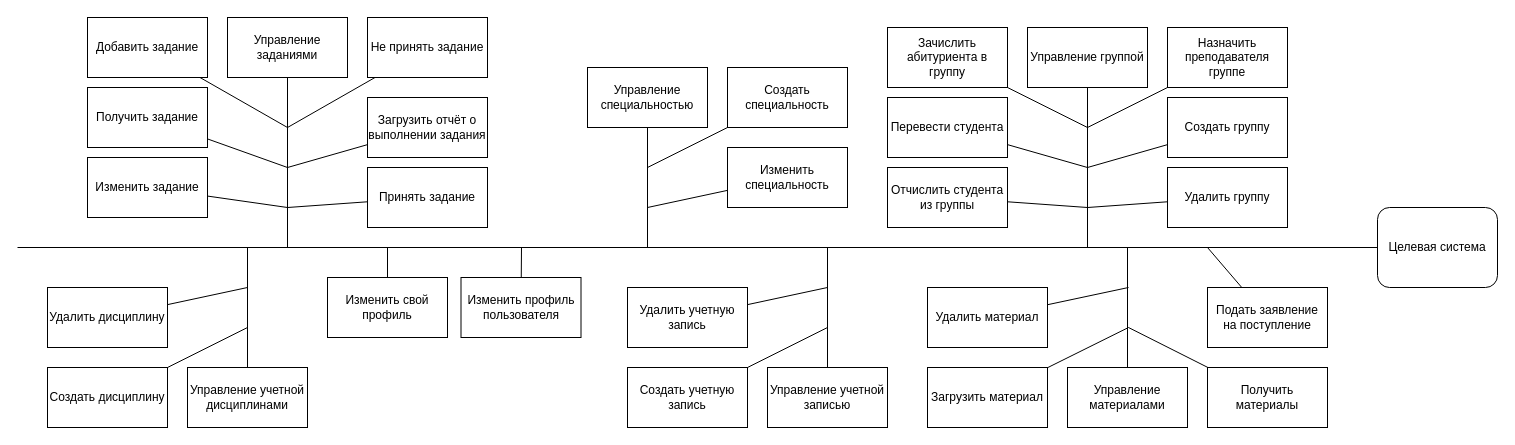
This is Fundamentals_of_Software_Engineering/doc/1 spec/function-tree.drawio from Lichuhah/SUAI_5sem, a draw.io file, before an edit. Source tidied: cells renumbered, new cells numbered last; positions are measured from the earlier drawing's top-left corner, leaving out a move shared by most shapes. Both pictures are drawn from the tidied source at 100%, with x=0, y=0 at pixel (17, 17).
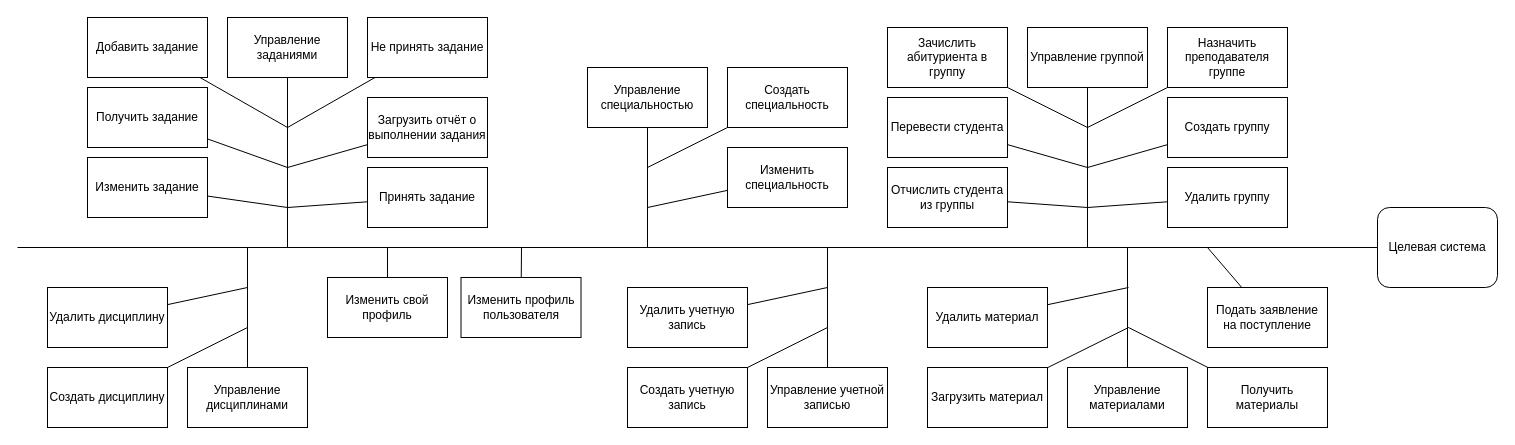
After the change.

The edit, as a diff of the source:
```diff
@@
-    <mxCell id="60" value="Управление&amp;nbsp;учетной дисциплинами" style="rounded=0;whiteSpace=wrap;html=1;" parent="1" vertex="1">
+    <mxCell id="60" value="Управление дисциплинами" style="rounded=0;whiteSpace=wrap;html=1;" parent="1" vertex="1">
       <mxGeometry x="170" y="350" width="120" height="60" as="geometry" />
     </mxCell>
```
